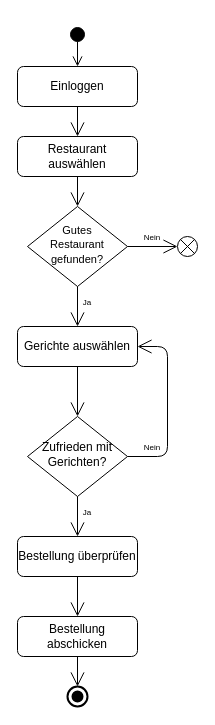
Before: docs/andre_kirsch/activity_diagram_1.drawio in SGSE-2020/Spezifikation, a draw.io diagram. Source tidied: cells renumbered, new cells numbered last; positions are measured from the earlier drawing's top-left corner, leaving out a move shared by most shapes. Both pictures are drawn from the tidied source at 100%, with x=0, y=0 at pixel (17, 26).
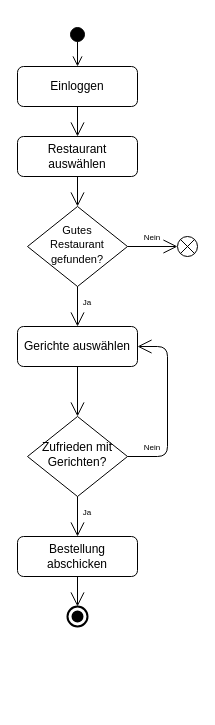
Above is the later version.

Unchanged cells that the change refers to:
```xml
<mxCell id="12" value="Zufrieden mit Gerichten?" style="rhombus;whiteSpace=wrap;html=1;shadow=0;fontFamily=Helvetica;fontSize=12;align=center;strokeWidth=1;spacing=6;spacingTop=-4;" parent="1" vertex="1">
  <mxGeometry x="10" y="390" width="100" height="80" as="geometry" />
</mxCell>
```

Diff of the diagram source:
```diff
@@
-    <mxCell id="19" value="Bestellung überprüfen" style="rounded=1;whiteSpace=wrap;html=1;fontSize=12;glass=0;strokeWidth=1;shadow=0;" parent="1" vertex="1">
-      <mxGeometry y="510" width="120" height="40" as="geometry" />
-    </mxCell>
-    <mxCell id="20" style="endArrow=open;endFill=1;endSize=12;html=1;entryX=0.5;entryY=0;entryDx=0;entryDy=0;exitX=0.5;exitY=1;exitDx=0;exitDy=0;" parent="1" edge="1" source="12" target="19">
-      <mxGeometry relative="1" as="geometry" />
+    <mxCell id="20" style="endArrow=open;endFill=1;endSize=12;html=1;entryX=0.5;entryY=0;entryDx=0;entryDy=0;exitX=0.5;exitY=1;exitDx=0;exitDy=0;" parent="1" edge="1" source="12">
+      <mxGeometry relative="1" as="geometry">
+        <mxPoint x="60" y="510" as="targetPoint" />
+      </mxGeometry>
     </mxCell>
     <mxCell id="21" value="&lt;div&gt;Bestellung&lt;/div&gt;&lt;div&gt;abschicken&lt;br&gt;&lt;/div&gt;" style="rounded=1;whiteSpace=wrap;html=1;fontSize=12;glass=0;strokeWidth=1;shadow=0;" parent="1" vertex="1">
-      <mxGeometry y="590" width="120" height="40" as="geometry" />
+      <mxGeometry y="510" width="120" height="40" as="geometry" />
     </mxCell>
-    <mxCell id="22" style="endArrow=open;endFill=1;endSize=12;html=1;entryX=0.5;entryY=0;entryDx=0;entryDy=0;" parent="1" edge="1" target="21">
-      <mxGeometry relative="1" as="geometry">
-        <mxPoint x="60" y="550" as="sourcePoint" />
-      </mxGeometry>
-    </mxCell>
     <mxCell id="23" style="html=1;shape=mxgraph.sysml.actFinal;strokeWidth=2;verticalLabelPosition=bottom;verticalAlignment=top;" parent="1" vertex="1">
-      <mxGeometry x="50" y="660" width="20" height="20" as="geometry" />
+      <mxGeometry x="50" y="580" width="20" height="20" as="geometry" />
     </mxCell>
     <mxCell id="24" style="endArrow=open;endFill=1;endSize=12;html=1;entryX=0.5;entryY=0;entryDx=0;entryDy=0;entryPerimeter=0;" parent="1" edge="1" target="23">
       <mxGeometry relative="1" as="geometry">
-        <mxPoint x="60" y="630" as="sourcePoint" />
+        <mxPoint x="60" y="550" as="sourcePoint" />
       </mxGeometry>
     </mxCell>
```
